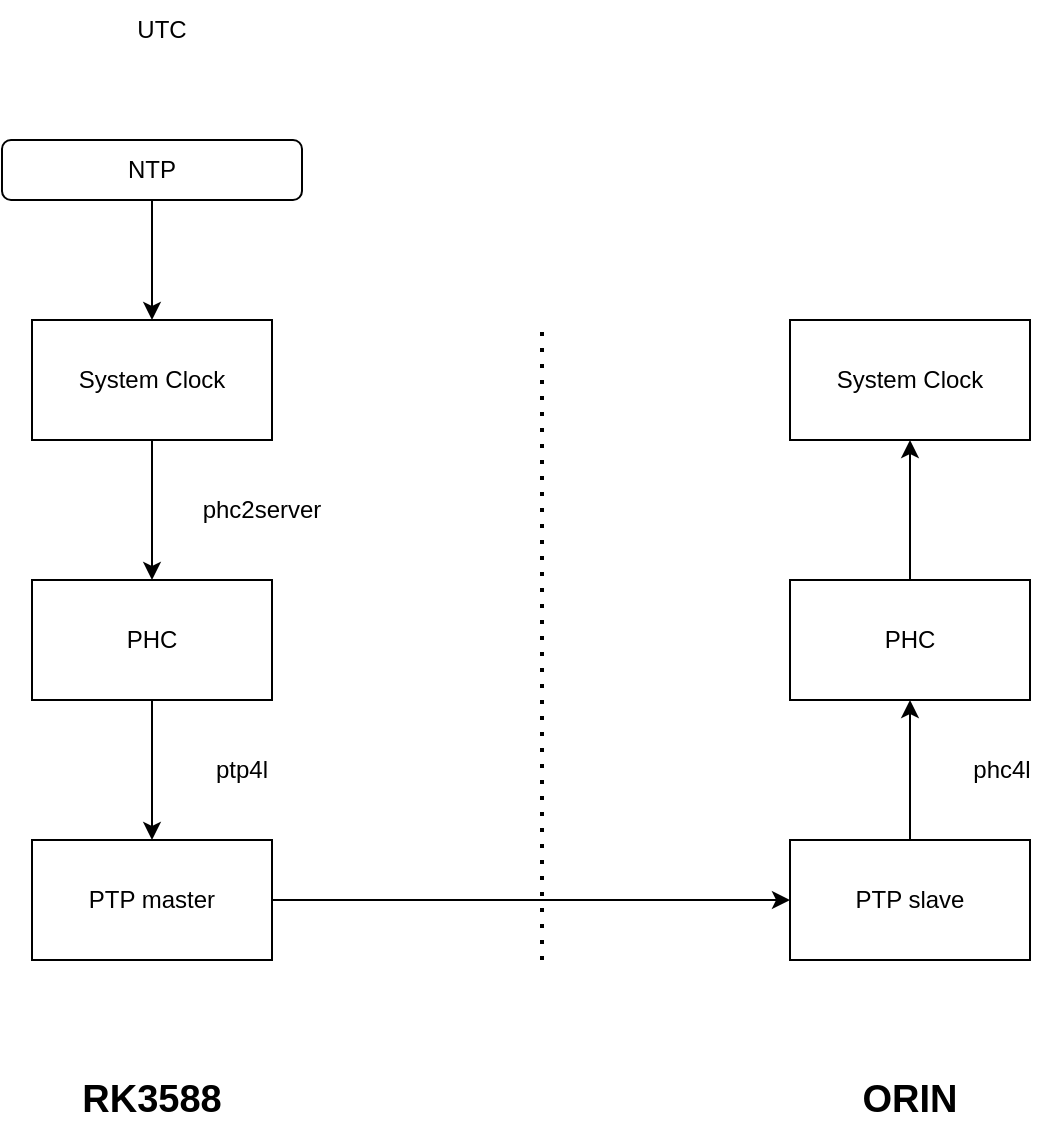
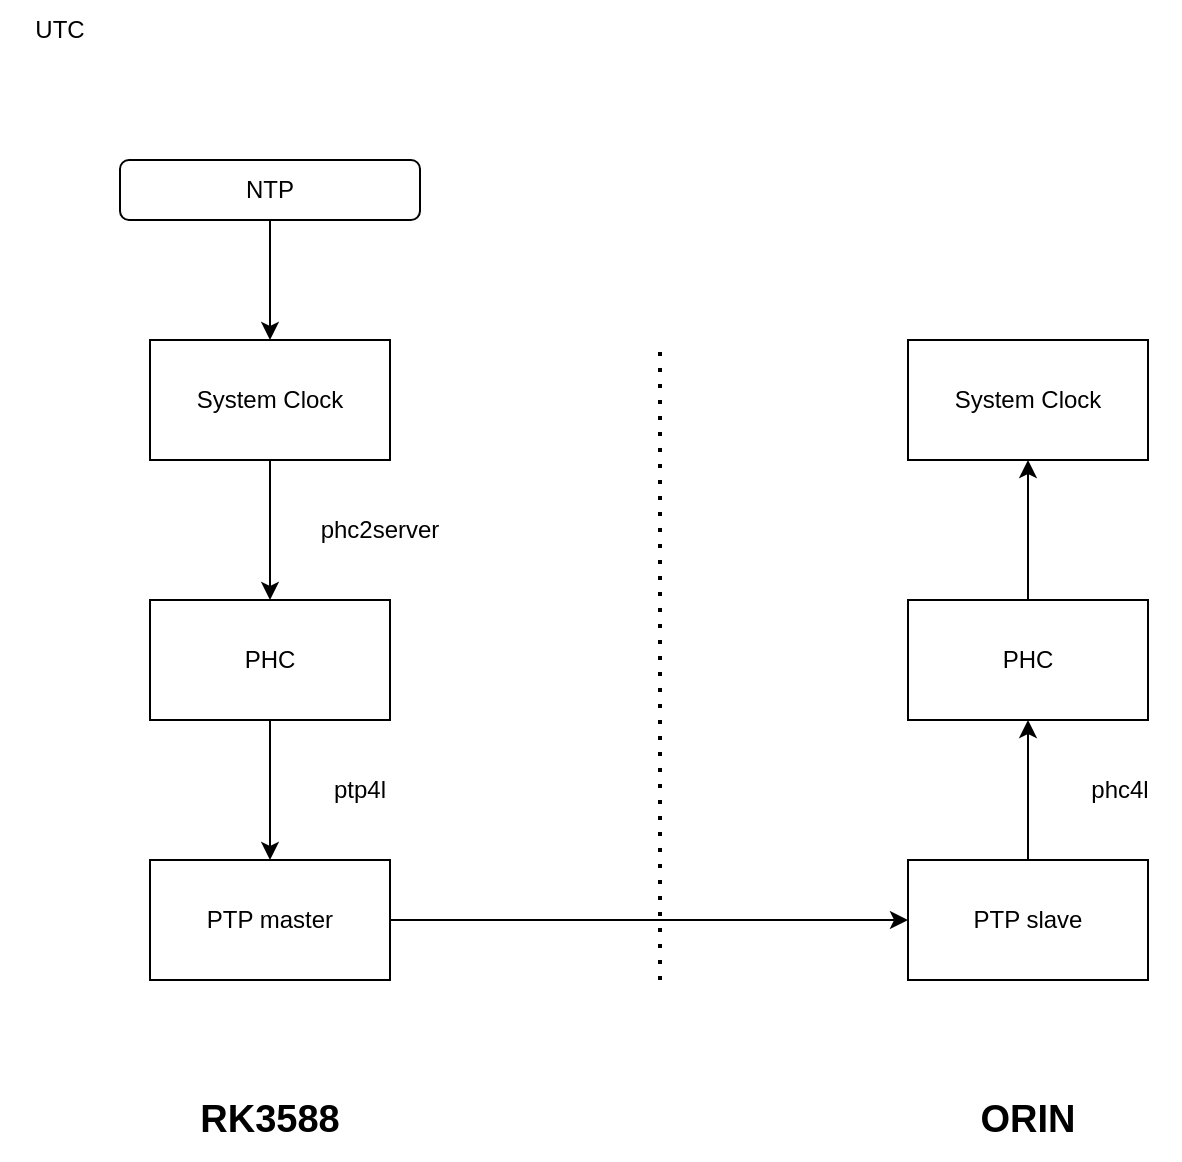
<mxfile host="app.diagrams.net" agent="Mozilla/5.0 (Windows NT 10.0; Win64; x64) AppleWebKit/537.36 (KHTML, like Gecko) Chrome/148.0.0.0 Safari/537.36">
  <diagram name="第 1 页" id="xi5zx8poPBdEaGlYp24N">
-     <mxGraphModel dx="930" dy="494" grid="1" gridSize="10" guides="1" tooltips="1" connect="1" arrows="1" fold="1" page="1" pageScale="1" pageWidth="827" pageHeight="1169" math="0" shadow="0">
+     <mxGraphModel dx="1122" dy="596" grid="1" gridSize="10" guides="1" tooltips="1" connect="1" arrows="1" fold="1" page="1" pageScale="1" pageWidth="827" pageHeight="1169" math="0" shadow="0">
      <root>
        <mxCell id="0" />
        <mxCell id="1" parent="0" />
        <mxCell id="9tWx0qsMY7gKmuM-r2hu-1" edge="1" parent="1" source="473n1farRfXXC9yVkO81-1" style="edgeStyle=orthogonalEdgeStyle;rounded=0;orthogonalLoop=1;jettySize=auto;html=1;" target="473n1farRfXXC9yVkO81-7" value="">
          <mxGeometry relative="1" as="geometry" />
        </mxCell>
        <mxCell id="473n1farRfXXC9yVkO81-1" parent="1" style="rounded=1;whiteSpace=wrap;html=1;" value="NTP" vertex="1">
-           <mxGeometry height="30" width="150" x="20" y="140" as="geometry" />
+           <mxGeometry height="30" width="150" x="130" y="150" as="geometry" />
        </mxCell>
        <mxCell id="473n1farRfXXC9yVkO81-6" parent="1" style="text;html=1;whiteSpace=wrap;strokeColor=none;fillColor=none;align=center;verticalAlign=middle;rounded=0;" value="UTC" vertex="1">
          <mxGeometry height="30" width="60" x="70" y="70" as="geometry" />
        </mxCell>
        <mxCell id="9tWx0qsMY7gKmuM-r2hu-3" edge="1" parent="1" source="473n1farRfXXC9yVkO81-7" style="edgeStyle=orthogonalEdgeStyle;rounded=0;orthogonalLoop=1;jettySize=auto;html=1;" target="9tWx0qsMY7gKmuM-r2hu-2" value="">
          <mxGeometry relative="1" as="geometry" />
        </mxCell>
        <mxCell id="473n1farRfXXC9yVkO81-7" parent="1" style="rounded=0;whiteSpace=wrap;html=1;" value="System Clock" vertex="1">
-           <mxGeometry height="60" width="120" x="35" y="230" as="geometry" />
+           <mxGeometry height="60" width="120" x="145" y="240" as="geometry" />
        </mxCell>
        <mxCell id="9tWx0qsMY7gKmuM-r2hu-5" edge="1" parent="1" source="9tWx0qsMY7gKmuM-r2hu-2" style="edgeStyle=orthogonalEdgeStyle;rounded=0;orthogonalLoop=1;jettySize=auto;html=1;" target="9tWx0qsMY7gKmuM-r2hu-4" value="">
          <mxGeometry relative="1" as="geometry" />
        </mxCell>
        <mxCell id="9tWx0qsMY7gKmuM-r2hu-2" parent="1" style="rounded=0;whiteSpace=wrap;html=1;" value="PHC" vertex="1">
-           <mxGeometry height="60" width="120" x="35" y="360" as="geometry" />
+           <mxGeometry height="60" width="120" x="145" y="370" as="geometry" />
        </mxCell>
        <mxCell id="9tWx0qsMY7gKmuM-r2hu-11" edge="1" parent="1" source="9tWx0qsMY7gKmuM-r2hu-4" style="edgeStyle=orthogonalEdgeStyle;rounded=0;orthogonalLoop=1;jettySize=auto;html=1;exitX=1;exitY=0.5;exitDx=0;exitDy=0;entryX=0;entryY=0.5;entryDx=0;entryDy=0;" target="9tWx0qsMY7gKmuM-r2hu-9">
          <mxGeometry relative="1" as="geometry" />
        </mxCell>
        <mxCell id="9tWx0qsMY7gKmuM-r2hu-4" parent="1" style="rounded=0;whiteSpace=wrap;html=1;" value="PTP master" vertex="1">
-           <mxGeometry height="60" width="120" x="35" y="490" as="geometry" />
+           <mxGeometry height="60" width="120" x="145" y="500" as="geometry" />
        </mxCell>
        <mxCell id="9tWx0qsMY7gKmuM-r2hu-6" parent="1" style="text;html=1;whiteSpace=wrap;strokeColor=none;fillColor=none;align=center;verticalAlign=middle;rounded=0;" value="phc2server" vertex="1">
-           <mxGeometry height="30" width="60" x="120" y="310" as="geometry" />
+           <mxGeometry height="30" width="60" x="230" y="320" as="geometry" />
        </mxCell>
        <mxCell id="9tWx0qsMY7gKmuM-r2hu-7" parent="1" style="text;html=1;whiteSpace=wrap;strokeColor=none;fillColor=none;align=center;verticalAlign=middle;rounded=0;" value="ptp4l" vertex="1">
-           <mxGeometry height="30" width="60" x="110" y="440" as="geometry" />
+           <mxGeometry height="30" width="60" x="220" y="450" as="geometry" />
        </mxCell>
        <mxCell id="9tWx0qsMY7gKmuM-r2hu-8" edge="1" parent="1" style="endArrow=none;dashed=1;html=1;dashPattern=1 3;strokeWidth=2;rounded=0;" value="">
          <mxGeometry height="50" relative="1" width="50" as="geometry">
-             <mxPoint x="290" y="550" as="sourcePoint" />
-             <mxPoint x="290" y="230" as="targetPoint" />
+             <mxPoint x="400" y="560" as="sourcePoint" />
+             <mxPoint x="400" y="240" as="targetPoint" />
          </mxGeometry>
        </mxCell>
        <mxCell id="9tWx0qsMY7gKmuM-r2hu-12" edge="1" parent="1" source="9tWx0qsMY7gKmuM-r2hu-9" style="edgeStyle=orthogonalEdgeStyle;rounded=0;orthogonalLoop=1;jettySize=auto;html=1;exitX=0.5;exitY=0;exitDx=0;exitDy=0;entryX=0.5;entryY=1;entryDx=0;entryDy=0;" target="9tWx0qsMY7gKmuM-r2hu-10">
          <mxGeometry relative="1" as="geometry" />
        </mxCell>
        <mxCell id="9tWx0qsMY7gKmuM-r2hu-9" parent="1" style="rounded=0;whiteSpace=wrap;html=1;" value="PTP slave" vertex="1">
-           <mxGeometry height="60" width="120" x="414" y="490" as="geometry" />
+           <mxGeometry height="60" width="120" x="524" y="500" as="geometry" />
        </mxCell>
        <mxCell id="9tWx0qsMY7gKmuM-r2hu-15" edge="1" parent="1" source="9tWx0qsMY7gKmuM-r2hu-10" style="edgeStyle=orthogonalEdgeStyle;rounded=0;orthogonalLoop=1;jettySize=auto;html=1;" target="9tWx0qsMY7gKmuM-r2hu-14" value="">
          <mxGeometry relative="1" as="geometry" />
        </mxCell>
        <mxCell id="9tWx0qsMY7gKmuM-r2hu-10" parent="1" style="rounded=0;whiteSpace=wrap;html=1;" value="PHC" vertex="1">
-           <mxGeometry height="60" width="120" x="414" y="360" as="geometry" />
+           <mxGeometry height="60" width="120" x="524" y="370" as="geometry" />
        </mxCell>
        <mxCell id="9tWx0qsMY7gKmuM-r2hu-13" parent="1" style="text;html=1;whiteSpace=wrap;strokeColor=none;fillColor=none;align=center;verticalAlign=middle;rounded=0;" value="phc4l" vertex="1">
-           <mxGeometry height="30" width="60" x="490" y="440" as="geometry" />
+           <mxGeometry height="30" width="60" x="600" y="450" as="geometry" />
        </mxCell>
        <mxCell id="9tWx0qsMY7gKmuM-r2hu-14" parent="1" style="rounded=0;whiteSpace=wrap;html=1;" value="System Clock" vertex="1">
-           <mxGeometry height="60" width="120" x="414" y="230" as="geometry" />
+           <mxGeometry height="60" width="120" x="524" y="240" as="geometry" />
        </mxCell>
        <mxCell id="9tWx0qsMY7gKmuM-r2hu-16" parent="1" style="text;html=1;whiteSpace=wrap;strokeColor=none;fillColor=none;align=center;verticalAlign=middle;rounded=0;fontStyle=1;fontSize=19;" value="RK3588" vertex="1">
-           <mxGeometry height="40" width="120" x="35" y="600" as="geometry" />
+           <mxGeometry height="40" width="120" x="145" y="610" as="geometry" />
        </mxCell>
        <mxCell id="9tWx0qsMY7gKmuM-r2hu-18" parent="1" style="text;html=1;whiteSpace=wrap;strokeColor=none;fillColor=none;align=center;verticalAlign=middle;rounded=0;fontStyle=1;fontSize=19;" value="ORIN" vertex="1">
-           <mxGeometry height="40" width="120" x="414" y="600" as="geometry" />
+           <mxGeometry height="40" width="120" x="524" y="610" as="geometry" />
        </mxCell>
      </root>
    </mxGraphModel>
  </diagram>
</mxfile>
